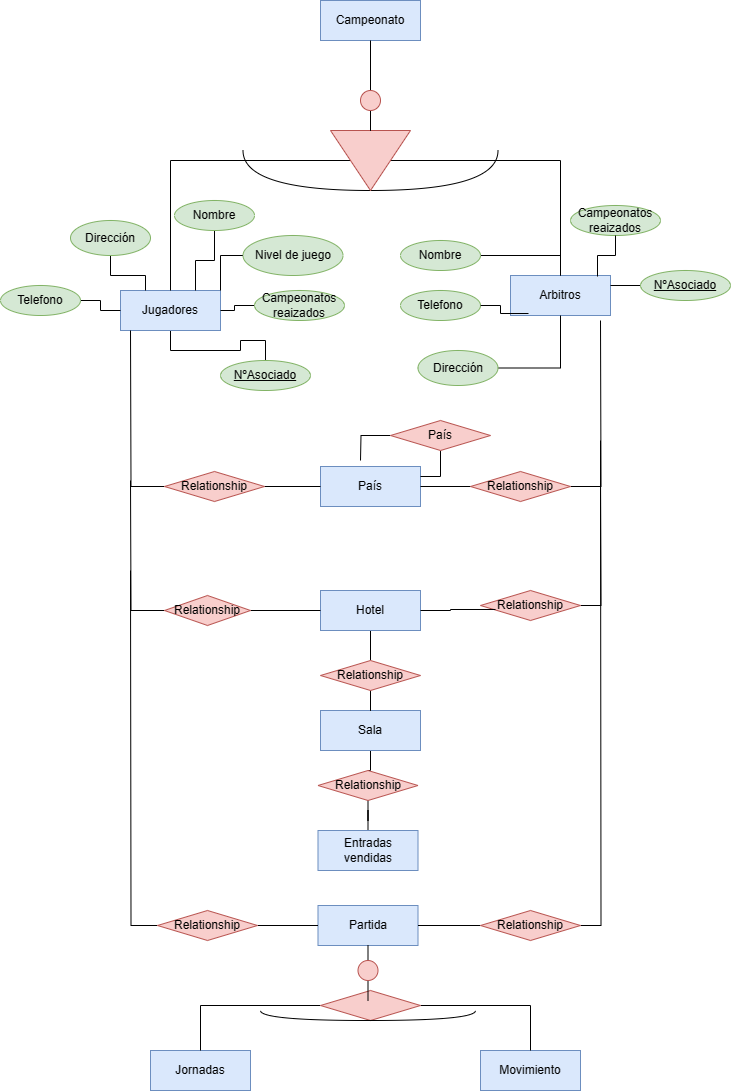
The draw.io diagram Unidad-1/Tareas/Tarea evaluable 2/Tarea evaluable 2.drawio.png in GgbGabrielGarcia/Base-Datos, before a commit. Source tidied: cells renumbered, new cells last; positions are measured from the earlier drawing's top-left corner, leaving out a move shared by most shapes.
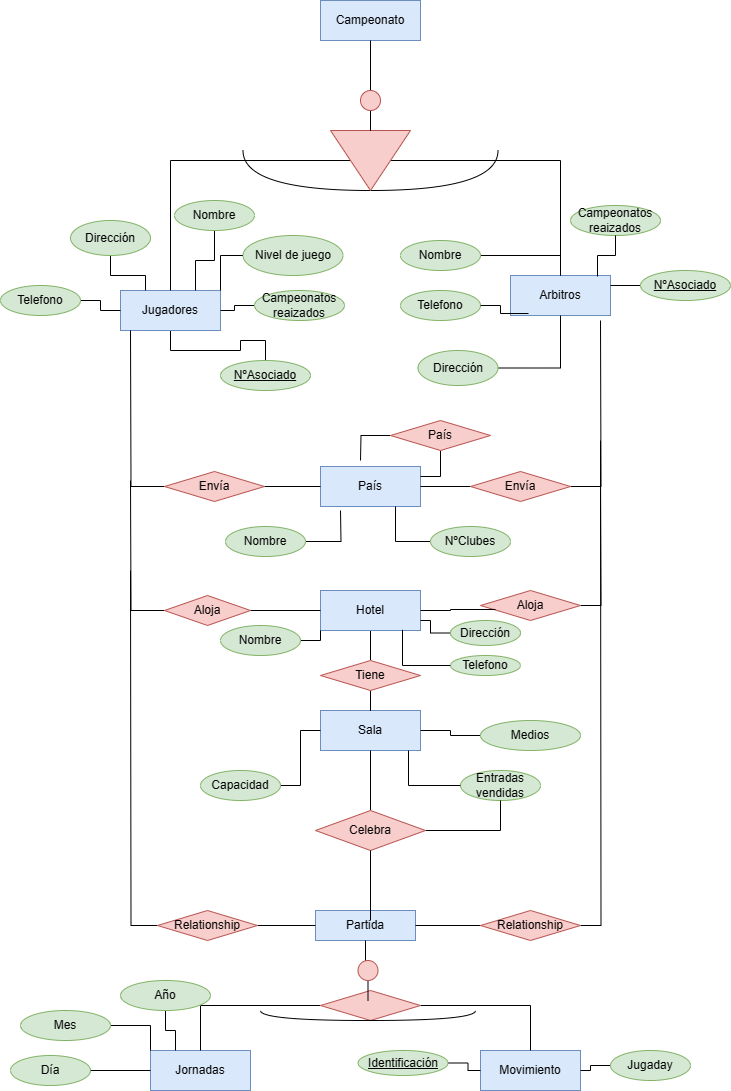
After the change.

Change to the diagram source:
```diff
@@ -98,12 +98,6 @@
     <mxCell id="33" value="Nivel de juego" style="ellipse;whiteSpace=wrap;html=1;align=center;fillColor=#d5e8d4;strokeColor=#82b366;" parent="1" vertex="1">
       <mxGeometry x="242.5" y="235" width="100" height="40" as="geometry" />
     </mxCell>
-    <mxCell id="34" style="edgeStyle=orthogonalEdgeStyle;rounded=0;jettySize=auto;html=1;entryX=0.5;entryY=1;entryDx=0;entryDy=0;endArrow=none;endFill=0;" parent="1" edge="1" source="35" target="60">
-      <mxGeometry relative="1" as="geometry" />
-    </mxCell>
-    <mxCell id="35" value="Entradas vendidas" style="whiteSpace=wrap;html=1;align=center;fillColor=#dae8fc;strokeColor=#6c8ebf;" parent="1" vertex="1">
-      <mxGeometry x="317.5" y="830" width="100" height="40" as="geometry" />
-    </mxCell>
     <mxCell id="36" value="Jornadas" style="whiteSpace=wrap;html=1;align=center;fillColor=#dae8fc;strokeColor=#6c8ebf;" parent="1" vertex="1">
       <mxGeometry x="150" y="1050" width="100" height="40" as="geometry" />
     </mxCell>
@@ -117,14 +111,11 @@
       <mxGeometry x="480" y="1050" width="100" height="40" as="geometry" />
     </mxCell>
     <mxCell id="40" value="Partida" style="whiteSpace=wrap;html=1;align=center;fillColor=#dae8fc;strokeColor=#6c8ebf;" parent="1" vertex="1">
-      <mxGeometry x="317.5" y="905" width="100" height="40" as="geometry" />
+      <mxGeometry x="315" y="910" width="100" height="30" as="geometry" />
     </mxCell>
     <mxCell id="41" value="País" style="whiteSpace=wrap;html=1;align=center;fillColor=#dae8fc;strokeColor=#6c8ebf;" parent="1" vertex="1">
       <mxGeometry x="320" y="466" width="100" height="40" as="geometry" />
     </mxCell>
-    <mxCell id="42" style="edgeStyle=orthogonalEdgeStyle;rounded=0;jettySize=auto;html=1;endArrow=none;endFill=0;" parent="1" edge="1" source="43" target="60">
-      <mxGeometry relative="1" as="geometry" />
-    </mxCell>
     <mxCell id="43" value="Sala" style="whiteSpace=wrap;html=1;align=center;fillColor=#dae8fc;strokeColor=#6c8ebf;" parent="1" vertex="1">
       <mxGeometry x="320" y="710" width="100" height="40" as="geometry" />
     </mxCell>
@@ -147,7 +138,7 @@
     <mxCell id="48" style="edgeStyle=orthogonalEdgeStyle;rounded=0;jettySize=auto;html=1;endArrow=none;endFill=0;" parent="1" edge="1" source="49" target="38">
       <mxGeometry relative="1" as="geometry" />
     </mxCell>
-    <mxCell id="49" value="Relationship" style="shape=rhombus;perimeter=rhombusPerimeter;whiteSpace=wrap;html=1;align=center;fillColor=#f8cecc;strokeColor=#b85450;" parent="1" vertex="1">
+    <mxCell id="49" value="Aloja" style="shape=rhombus;perimeter=rhombusPerimeter;whiteSpace=wrap;html=1;align=center;fillColor=#f8cecc;strokeColor=#b85450;" parent="1" vertex="1">
       <mxGeometry x="164" y="595" width="86" height="30" as="geometry" />
     </mxCell>
     <mxCell id="50" style="edgeStyle=orthogonalEdgeStyle;rounded=0;jettySize=auto;html=1;endArrow=none;endFill=0;" parent="1" edge="1" source="52">
@@ -175,18 +166,15 @@
         <mxPoint x="600" y="480" as="targetPoint" />
       </mxGeometry>
     </mxCell>
-    <mxCell id="57" value="Relationship" style="shape=rhombus;perimeter=rhombusPerimeter;whiteSpace=wrap;html=1;align=center;fillColor=#f8cecc;strokeColor=#b85450;" parent="1" vertex="1">
+    <mxCell id="57" value="&lt;font&gt;Aloja&lt;/font&gt;" style="shape=rhombus;perimeter=rhombusPerimeter;whiteSpace=wrap;html=1;align=center;fillColor=#f8cecc;strokeColor=#b85450;" parent="1" vertex="1">
       <mxGeometry x="480" y="590" width="100" height="30" as="geometry" />
     </mxCell>
     <mxCell id="58" style="edgeStyle=orthogonalEdgeStyle;rounded=0;jettySize=auto;html=1;endArrow=none;endFill=0;" parent="1" edge="1" source="59" target="43">
       <mxGeometry relative="1" as="geometry" />
     </mxCell>
-    <mxCell id="59" value="Relationship" style="shape=rhombus;perimeter=rhombusPerimeter;whiteSpace=wrap;html=1;align=center;fillColor=#f8cecc;strokeColor=#b85450;" parent="1" vertex="1">
+    <mxCell id="59" value="Tiene" style="shape=rhombus;perimeter=rhombusPerimeter;whiteSpace=wrap;html=1;align=center;fillColor=#f8cecc;strokeColor=#b85450;" parent="1" vertex="1">
       <mxGeometry x="320" y="660" width="100" height="30" as="geometry" />
     </mxCell>
-    <mxCell id="60" value="Relationship" style="shape=rhombus;perimeter=rhombusPerimeter;whiteSpace=wrap;html=1;align=center;fillColor=#f8cecc;strokeColor=#b85450;" parent="1" vertex="1">
-      <mxGeometry x="317.5" y="770" width="100" height="30" as="geometry" />
-    </mxCell>
     <mxCell id="61" style="edgeStyle=orthogonalEdgeStyle;rounded=0;jettySize=auto;html=1;endArrow=none;endFill=0;" parent="1" edge="1" source="63">
       <mxGeometry relative="1" as="geometry">
         <mxPoint x="600" y="320" as="targetPoint" />
@@ -195,7 +183,7 @@
     <mxCell id="62" style="edgeStyle=orthogonalEdgeStyle;rounded=0;jettySize=auto;html=1;entryX=1;entryY=0.5;entryDx=0;entryDy=0;endArrow=none;endFill=0;" parent="1" edge="1" source="63" target="41">
       <mxGeometry relative="1" as="geometry" />
     </mxCell>
-    <mxCell id="63" value="Relationship" style="shape=rhombus;perimeter=rhombusPerimeter;whiteSpace=wrap;html=1;align=center;fillColor=#f8cecc;strokeColor=#b85450;" parent="1" vertex="1">
+    <mxCell id="63" value="Envía" style="shape=rhombus;perimeter=rhombusPerimeter;whiteSpace=wrap;html=1;align=center;fillColor=#f8cecc;strokeColor=#b85450;" parent="1" vertex="1">
       <mxGeometry x="470" y="471" width="100" height="30" as="geometry" />
     </mxCell>
     <mxCell id="64" style="edgeStyle=orthogonalEdgeStyle;rounded=0;jettySize=auto;html=1;endArrow=none;endFill=0;" parent="1" edge="1" source="66">
@@ -206,7 +194,7 @@
     <mxCell id="65" style="edgeStyle=orthogonalEdgeStyle;rounded=0;jettySize=auto;html=1;entryX=0;entryY=0.5;entryDx=0;entryDy=0;endArrow=none;endFill=0;" parent="1" edge="1" source="66" target="41">
       <mxGeometry relative="1" as="geometry" />
     </mxCell>
-    <mxCell id="66" value="Relationship" style="shape=rhombus;perimeter=rhombusPerimeter;whiteSpace=wrap;html=1;align=center;fillColor=#f8cecc;strokeColor=#b85450;" parent="1" vertex="1">
+    <mxCell id="66" value="Envía" style="shape=rhombus;perimeter=rhombusPerimeter;whiteSpace=wrap;html=1;align=center;fillColor=#f8cecc;strokeColor=#b85450;" parent="1" vertex="1">
       <mxGeometry x="164" y="471" width="100" height="30" as="geometry" />
     </mxCell>
     <mxCell id="67" style="edgeStyle=orthogonalEdgeStyle;rounded=0;jettySize=auto;html=1;entryX=0.15;entryY=0.633;entryDx=0;entryDy=0;entryPerimeter=0;endArrow=none;endFill=0;" parent="1" edge="1" source="38" target="57">
@@ -232,5 +220,97 @@
     <mxCell id="73" value="País" style="shape=rhombus;perimeter=rhombusPerimeter;whiteSpace=wrap;html=1;align=center;fillColor=#f8cecc;strokeColor=#b85450;" parent="1" vertex="1">
       <mxGeometry x="390" y="420" width="100" height="30" as="geometry" />
     </mxCell>
+    <mxCell id="74" style="edgeStyle=orthogonalEdgeStyle;rounded=0;jettySize=auto;html=1;entryX=0.75;entryY=1;entryDx=0;entryDy=0;endArrow=none;endFill=0;" parent="1" edge="1" source="75" target="41">
+      <mxGeometry relative="1" as="geometry" />
+    </mxCell>
+    <mxCell id="75" value="NºClubes" style="ellipse;whiteSpace=wrap;html=1;align=center;fillColor=#d5e8d4;strokeColor=#82b366;" parent="1" vertex="1">
+      <mxGeometry x="430" y="526" width="80" height="30" as="geometry" />
+    </mxCell>
+    <mxCell id="76" style="edgeStyle=orthogonalEdgeStyle;rounded=0;jettySize=auto;html=1;endArrow=none;endFill=0;" parent="1" edge="1" source="77">
+      <mxGeometry relative="1" as="geometry">
+        <mxPoint x="340" y="510" as="targetPoint" />
+      </mxGeometry>
+    </mxCell>
+    <mxCell id="77" value="Nombre" style="ellipse;whiteSpace=wrap;html=1;align=center;fillColor=#d5e8d4;strokeColor=#82b366;" parent="1" vertex="1">
+      <mxGeometry x="225" y="526" width="80" height="30" as="geometry" />
+    </mxCell>
+    <mxCell id="78" style="edgeStyle=orthogonalEdgeStyle;rounded=0;jettySize=auto;html=1;entryX=0;entryY=1;entryDx=0;entryDy=0;endArrow=none;endFill=0;" parent="1" edge="1" source="79" target="38">
+      <mxGeometry relative="1" as="geometry" />
+    </mxCell>
+    <mxCell id="79" value="Nombre" style="ellipse;whiteSpace=wrap;html=1;align=center;fillColor=#d5e8d4;strokeColor=#82b366;" parent="1" vertex="1">
+      <mxGeometry x="220" y="625" width="80" height="30" as="geometry" />
+    </mxCell>
+    <mxCell id="80" style="edgeStyle=orthogonalEdgeStyle;rounded=0;jettySize=auto;html=1;entryX=1;entryY=0.75;entryDx=0;entryDy=0;endArrow=none;endFill=0;" parent="1" edge="1" source="81" target="38">
+      <mxGeometry relative="1" as="geometry" />
+    </mxCell>
+    <mxCell id="81" value="Dirección" style="ellipse;whiteSpace=wrap;html=1;align=center;fillColor=#d5e8d4;strokeColor=#82b366;" parent="1" vertex="1">
+      <mxGeometry x="450" y="620" width="70" height="25" as="geometry" />
+    </mxCell>
+    <mxCell id="82" value="Telefono" style="ellipse;whiteSpace=wrap;html=1;align=center;fillColor=#d5e8d4;strokeColor=#82b366;" parent="1" vertex="1">
+      <mxGeometry x="450" y="655" width="70" height="20" as="geometry" />
+    </mxCell>
+    <mxCell id="83" style="edgeStyle=orthogonalEdgeStyle;rounded=0;jettySize=auto;html=1;entryX=0.82;entryY=0.982;entryDx=0;entryDy=0;entryPerimeter=0;endArrow=none;endFill=0;" parent="1" edge="1" source="82" target="38">
+      <mxGeometry relative="1" as="geometry" />
+    </mxCell>
+    <mxCell id="84" style="edgeStyle=orthogonalEdgeStyle;rounded=0;jettySize=auto;html=1;entryX=0;entryY=0.5;entryDx=0;entryDy=0;endArrow=none;endFill=0;" parent="1" edge="1" source="85" target="43">
+      <mxGeometry relative="1" as="geometry" />
+    </mxCell>
+    <mxCell id="85" value="Capacidad" style="ellipse;whiteSpace=wrap;html=1;align=center;fillColor=#d5e8d4;strokeColor=#82b366;" parent="1" vertex="1">
+      <mxGeometry x="200" y="770" width="80" height="30" as="geometry" />
+    </mxCell>
+    <mxCell id="35" value="Entradas vendidas" style="ellipse;whiteSpace=wrap;html=1;align=center;fillColor=#d5e8d4;strokeColor=#82b366;" parent="1" vertex="1">
+      <mxGeometry x="460" y="770" width="80" height="30" as="geometry" />
+    </mxCell>
+    <mxCell id="86" style="edgeStyle=orthogonalEdgeStyle;rounded=0;jettySize=auto;html=1;entryX=1;entryY=0.5;entryDx=0;entryDy=0;endArrow=none;endFill=0;" parent="1" edge="1" source="87" target="43">
+      <mxGeometry relative="1" as="geometry" />
+    </mxCell>
+    <mxCell id="87" value="Medios" style="ellipse;whiteSpace=wrap;html=1;align=center;fillColor=#d5e8d4;strokeColor=#82b366;" parent="1" vertex="1">
+      <mxGeometry x="480" y="720" width="100" height="30" as="geometry" />
+    </mxCell>
+    <mxCell id="88" style="edgeStyle=orthogonalEdgeStyle;rounded=0;jettySize=auto;html=1;entryX=0.88;entryY=1.002;entryDx=0;entryDy=0;entryPerimeter=0;endArrow=none;endFill=0;" parent="1" edge="1" source="35" target="43">
+      <mxGeometry relative="1" as="geometry" />
+    </mxCell>
+    <mxCell id="89" style="edgeStyle=orthogonalEdgeStyle;rounded=0;jettySize=auto;html=1;entryX=0.5;entryY=1;entryDx=0;entryDy=0;endArrow=none;endFill=0;" parent="1" edge="1" source="91" target="43">
+      <mxGeometry relative="1" as="geometry" />
+    </mxCell>
+    <mxCell id="90" style="edgeStyle=orthogonalEdgeStyle;rounded=0;jettySize=auto;html=1;endArrow=none;endFill=0;" parent="1" edge="1" source="91" target="35">
+      <mxGeometry relative="1" as="geometry" />
+    </mxCell>
+    <mxCell id="91" value="Celebra" style="shape=rhombus;perimeter=rhombusPerimeter;whiteSpace=wrap;html=1;align=center;fillColor=#f8cecc;strokeColor=#b85450;" parent="1" vertex="1">
+      <mxGeometry x="315" y="810" width="110" height="40" as="geometry" />
+    </mxCell>
+    <mxCell id="92" style="edgeStyle=orthogonalEdgeStyle;rounded=0;jettySize=auto;html=1;entryX=0.55;entryY=0.333;entryDx=0;entryDy=0;entryPerimeter=0;endArrow=none;endFill=0;" parent="1" edge="1" source="91" target="40">
+      <mxGeometry relative="1" as="geometry" />
+    </mxCell>
+    <mxCell id="93" style="edgeStyle=orthogonalEdgeStyle;rounded=0;jettySize=auto;html=1;entryX=0;entryY=0.5;entryDx=0;entryDy=0;endArrow=none;endFill=0;" parent="1" edge="1" source="94" target="36">
+      <mxGeometry relative="1" as="geometry" />
+    </mxCell>
+    <mxCell id="94" value="Día" style="ellipse;whiteSpace=wrap;html=1;align=center;fillColor=#d5e8d4;strokeColor=#82b366;" parent="1" vertex="1">
+      <mxGeometry x="10" y="1055" width="80" height="30" as="geometry" />
+    </mxCell>
+    <mxCell id="95" style="edgeStyle=orthogonalEdgeStyle;rounded=0;jettySize=auto;html=1;entryX=0;entryY=0;entryDx=0;entryDy=0;endArrow=none;endFill=0;" parent="1" edge="1" source="96" target="36">
+      <mxGeometry relative="1" as="geometry" />
+    </mxCell>
+    <mxCell id="96" value="Mes" style="ellipse;whiteSpace=wrap;html=1;align=center;fillColor=#d5e8d4;strokeColor=#82b366;" parent="1" vertex="1">
+      <mxGeometry x="20" y="1010" width="90" height="30" as="geometry" />
+    </mxCell>
+    <mxCell id="97" style="edgeStyle=orthogonalEdgeStyle;rounded=0;jettySize=auto;html=1;entryX=0.25;entryY=0;entryDx=0;entryDy=0;endArrow=none;endFill=0;" parent="1" edge="1" source="98" target="36">
+      <mxGeometry relative="1" as="geometry" />
+    </mxCell>
+    <mxCell id="98" value="Año" style="ellipse;whiteSpace=wrap;html=1;align=center;fillColor=#d5e8d4;strokeColor=#82b366;" parent="1" vertex="1">
+      <mxGeometry x="120" y="980" width="90" height="30" as="geometry" />
+    </mxCell>
+    <mxCell id="99" style="edgeStyle=orthogonalEdgeStyle;rounded=0;jettySize=auto;html=1;endArrow=none;endFill=0;" parent="1" edge="1" source="100" target="39">
+      <mxGeometry relative="1" as="geometry" />
+    </mxCell>
+    <mxCell id="100" value="Identificación" style="ellipse;whiteSpace=wrap;html=1;align=center;fontStyle=4;fillColor=#d5e8d4;strokeColor=#82b366;" parent="1" vertex="1">
+      <mxGeometry x="357.5" y="1050" width="90" height="25" as="geometry" />
+    </mxCell>
+    <mxCell id="101" style="edgeStyle=orthogonalEdgeStyle;rounded=0;jettySize=auto;html=1;endArrow=none;endFill=0;" parent="1" edge="1" source="102" target="39">
+      <mxGeometry relative="1" as="geometry" />
+    </mxCell>
+    <mxCell id="102" value="Jugaday" style="ellipse;whiteSpace=wrap;html=1;align=center;fillColor=#d5e8d4;strokeColor=#82b366;" parent="1" vertex="1">
+      <mxGeometry x="610" y="1050" width="80" height="30" as="geometry" />
+    </mxCell>
   </root>
 </mxGraphModel>
```
